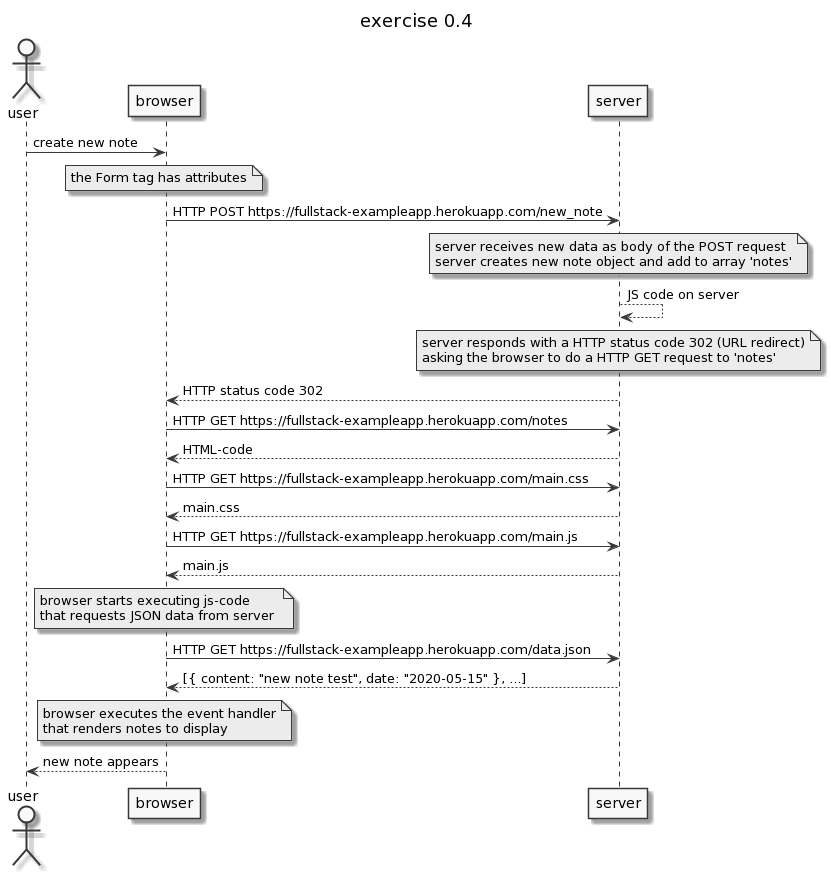
Earlier version of the PlantUML export part0/ex04.png (truonghm/fullstackopen-2020).
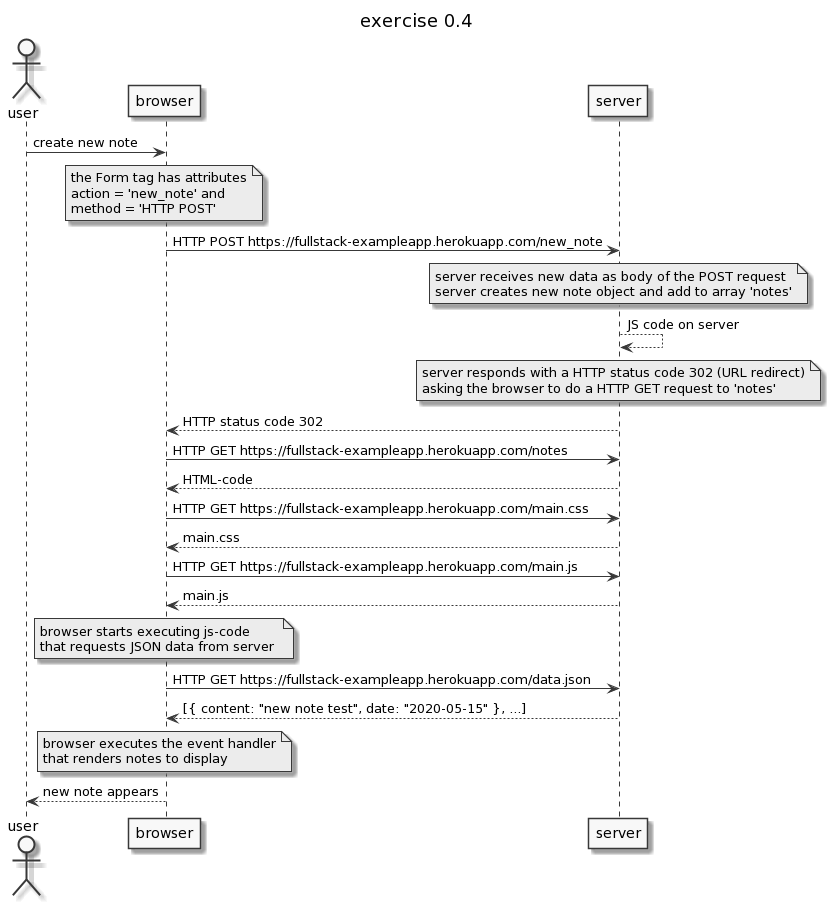
The same diagram one commit later.

The edit, as a diff of the source:
```diff
@@ -8,6 +8,8 @@
 
 note over browser
 the Form tag has attributes
+action = 'new_note' and
+method = 'HTTP POST'
 end note
 
 browser->server: HTTP POST https://fullstack-exampleapp.herokuapp.com/new_note
```
